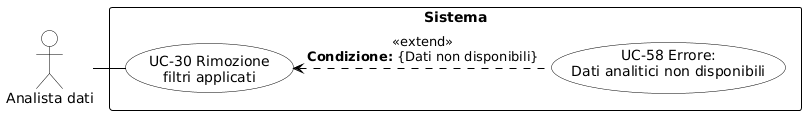
Earlier version of the PlantUML export RTB/Analisi dei Requisiti/diagrammi_use_case/UC-30.png (aLittleByte-19/Documentazione).
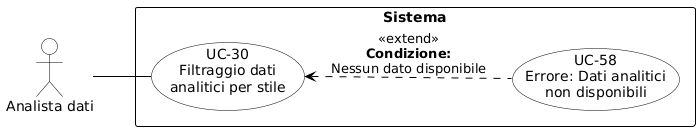
The same file after the commit.

Change to the diagram source:
```diff
@@ -1,7 +1,9 @@
 @startuml
+skinparam shadowing false
 skinparam defaultFontName Arial
-skinparam nodesep 25
-skinparam ranksep 45
+left to right direction
+skinparam nodesep 15
+skinparam ranksep 50
 
 skinparam usecase {
     BackgroundColor white
@@ -17,16 +19,14 @@
     FontStyle bold
 }
 
-actor "Analista dati" as ActorAnalista
+actor "Analista dati" as AD
 
 rectangle "Sistema" {
-    usecase "UC-58 Errore:\nDati analitici non disponibili" as UC58
+    usecase "UC-30\nFiltraggio dati\nanalitici per stile" as UC30
+    usecase "UC-58\nErrore: Dati analitici\nnon disponibili" as UC58
 
-    usecase "UC-30 Rimozione\nfiltri applicati" as UC30
+    UC58 .up.> UC30 : <<extend>>\n**Condizione:**\nNessun dato disponibile
 }
 
-
-ActorAnalista -right- UC30
-
-UC58 ..left..> UC30 : <<extend>>\n**Condizione:** {Dati non disponibili}
+AD -- UC30
 @enduml
```
